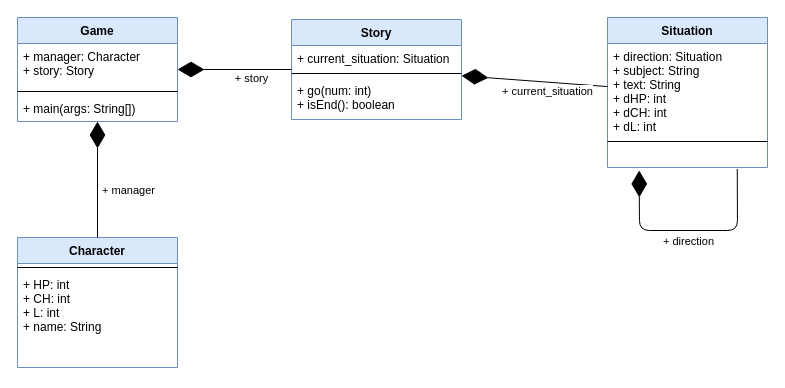
This is Диаграмма без названия.drawio from Rinchic/uml, a draw.io file, before an edit. Source tidied: cells renumbered, new cells numbered last; positions are measured from the earlier drawing's top-left corner, leaving out a move shared by most shapes. Both pictures are drawn from the tidied source at 100%, with x=0, y=0 at pixel (17, 17).
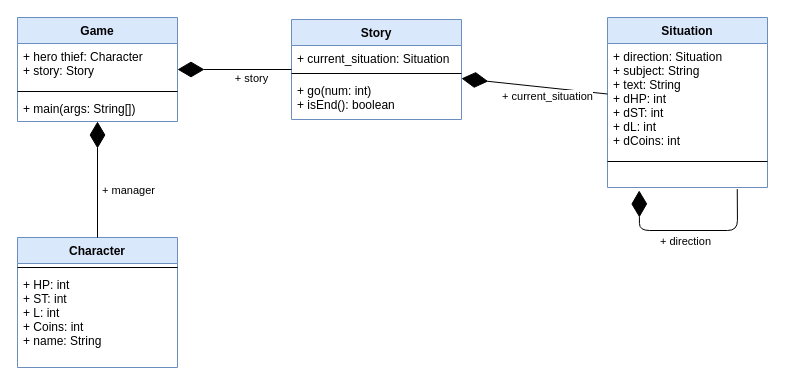
The same diagram, later.

The change refers to these unchanged cells:
```xml
<mxCell id="2" value="Game" style="swimlane;fontStyle=1;align=center;verticalAlign=top;horizontal=1;startSize=26;fillColor=#dae8fc;strokeColor=#6c8ebf;" parent="1" vertex="1">
  <mxGeometry width="160" height="104" as="geometry" />
</mxCell>
<mxCell id="16" value="Character" style="swimlane;fontStyle=1;align=center;verticalAlign=top;horizontal=1;startSize=26;fillColor=#dae8fc;strokeColor=#6c8ebf;" parent="1" vertex="1">
  <mxGeometry y="220" width="160" height="130" as="geometry" />
</mxCell>
```

Change to the diagram source:
```diff
@@
-    <mxCell id="3" value="+ manager: Character&#10;+ story: Story" style="text;strokeColor=none;fillColor=none;align=left;verticalAlign=top;spacingLeft=4;spacingRight=4;overflow=hidden;" parent="2" vertex="1">
+    <mxCell id="3" value="+ hero thief: Character&#10;+ story: Story" style="text;strokeColor=none;fillColor=none;align=left;verticalAlign=top;spacingLeft=4;spacingRight=4;overflow=hidden;" parent="2" vertex="1">
       <mxGeometry y="26" width="160" height="44" as="geometry" />
     </mxCell>
@@
     <mxCell id="10" value="Situation" style="swimlane;fontStyle=1;align=center;verticalAlign=top;horizontal=1;startSize=26;fillColor=#dae8fc;strokeColor=#6c8ebf;" parent="1" vertex="1">
-      <mxGeometry x="590" width="160" height="150" as="geometry" />
+      <mxGeometry x="590" width="160" height="170" as="geometry" />
     </mxCell>
-    <mxCell id="11" value="+ direction: Situation&#10;+ subject: String&#10;+ text: String&#10;+ dHP: int&#10;+ dCH: int&#10;+ dL: int&#10;" style="text;strokeColor=none;fillColor=none;align=left;verticalAlign=top;spacingLeft=4;spacingRight=4;overflow=hidden;" parent="10" vertex="1">
-      <mxGeometry y="26" width="160" height="94" as="geometry" />
+    <mxCell id="11" value="+ direction: Situation&#10;+ subject: String&#10;+ text: String&#10;+ dHP: int&#10;+ dST: int&#10;+ dL: int&#10;+ dCoins: int" style="text;strokeColor=none;fillColor=none;align=left;verticalAlign=top;spacingLeft=4;spacingRight=4;overflow=hidden;" parent="10" vertex="1">
+      <mxGeometry y="26" width="160" height="114" as="geometry" />
     </mxCell>
     <mxCell id="12" style="line;strokeWidth=1;fillColor=none;align=left;verticalAlign=middle;spacingTop=-1;spacingLeft=3;spacingRight=3;labelPosition=right;" parent="10" vertex="1">
-      <mxGeometry y="120" width="160" height="8" as="geometry" />
+      <mxGeometry y="140" width="160" height="8" as="geometry" />
     </mxCell>
     <mxCell id="13" value="  " style="text;strokeColor=none;fillColor=none;align=left;verticalAlign=top;spacingLeft=4;spacingRight=4;overflow=hidden;points=[[0,0.5],[1,0.5]];portConstraint=eastwest;" parent="10" vertex="1">
-      <mxGeometry y="128" width="160" height="22" as="geometry" />
+      <mxGeometry y="148" width="160" height="22" as="geometry" />
     </mxCell>
@@
-    <mxCell id="18" value="+ HP: int&#10;+ CH: int&#10;+ L: int&#10;+ name: String" style="text;strokeColor=none;fillColor=none;align=left;verticalAlign=top;spacingLeft=4;spacingRight=4;overflow=hidden;" parent="16" vertex="1">
+    <mxCell id="18" value="+ HP: int&#10;+ ST: int&#10;+ L: int&#10;+ Coins: int&#10;+ name: String" style="text;strokeColor=none;fillColor=none;align=left;verticalAlign=top;spacingLeft=4;spacingRight=4;overflow=hidden;" parent="16" vertex="1">
       <mxGeometry y="34" width="160" height="74" as="geometry" />
     </mxCell>
```
